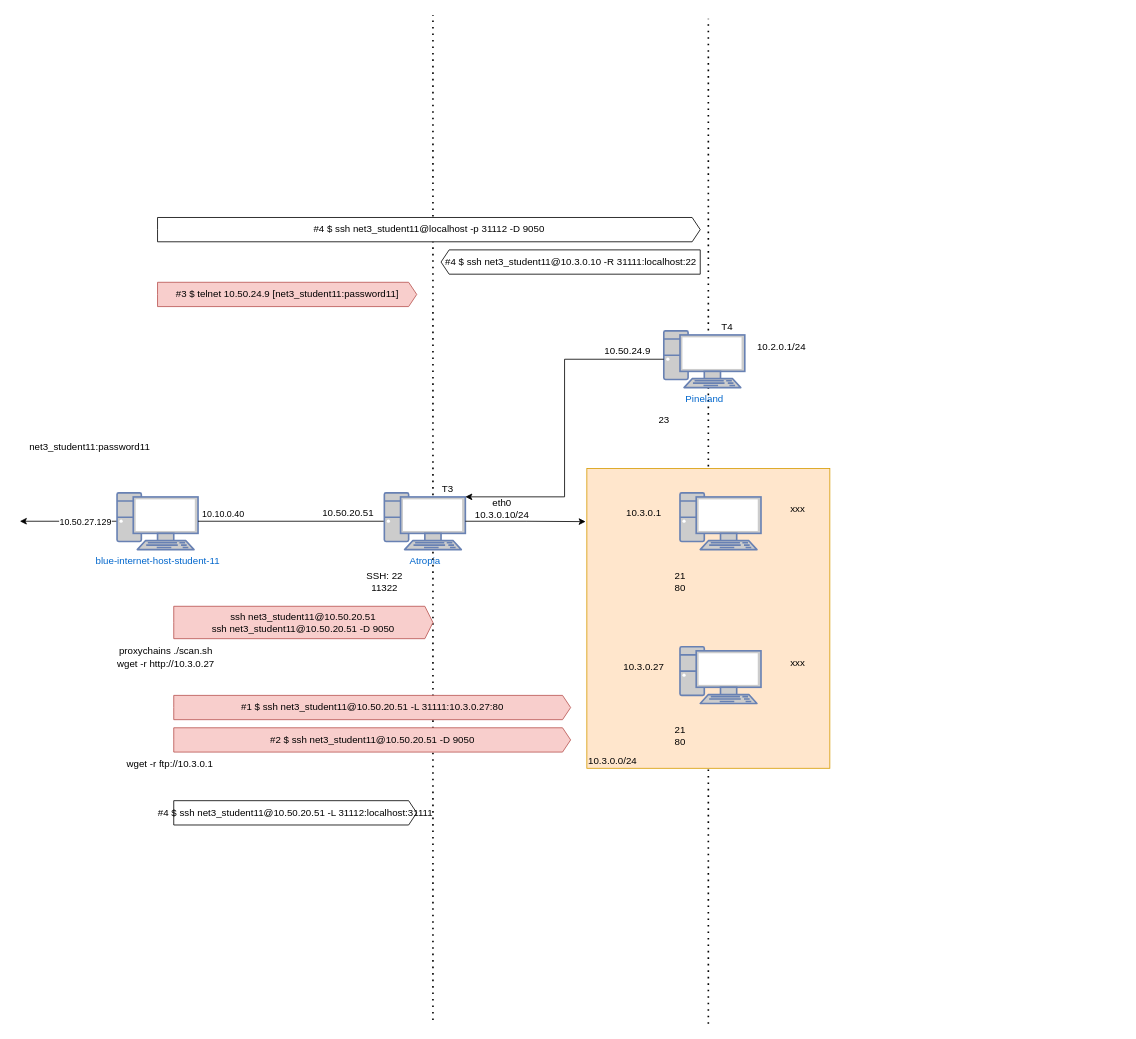
This is CCTC/NET/Tunnels_Training.drawio from wifi96h/new, a draw.io file, before an edit. Source tidied: cells renumbered, new cells numbered last; positions are measured from the earlier drawing's top-left corner, leaving out a move shared by most shapes. Both pictures are drawn from the tidied source at 81%, with x=0, y=0 at pixel (19, 15).
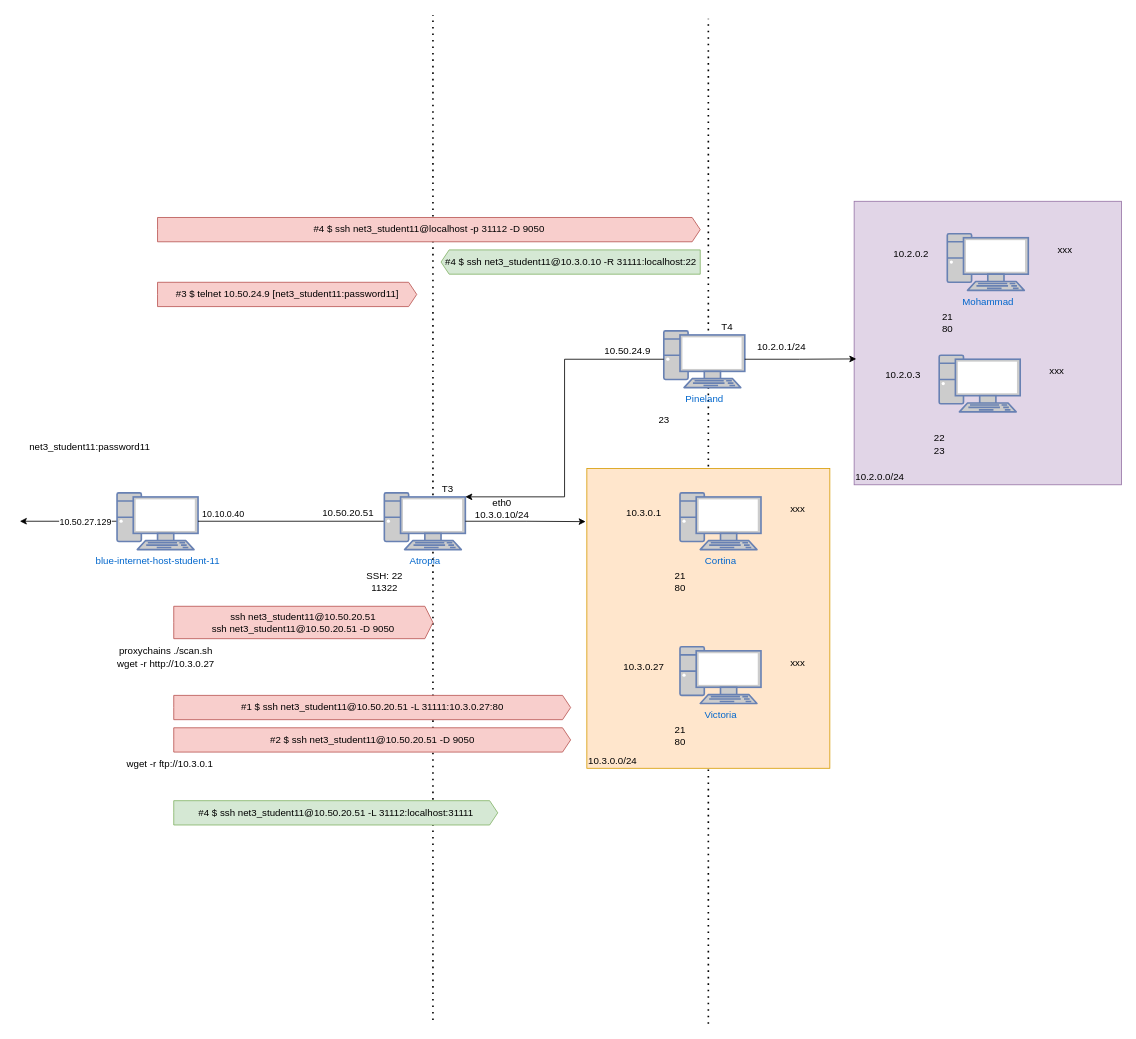
After the change.

The change refers to these unchanged cells:
```xml
<mxCell id="22" value="&lt;div&gt;Pineland&lt;/div&gt;" style="fontColor=#0066CC;verticalAlign=top;verticalLabelPosition=bottom;labelPosition=center;align=center;html=1;outlineConnect=0;fillColor=#CCCCCC;strokeColor=#6881B3;gradientColor=none;gradientDirection=north;strokeWidth=2;shape=mxgraph.networks.pc;" parent="21" vertex="1">
  <mxGeometry x="35" width="100" height="70" as="geometry" />
</mxCell>
<mxCell id="28" style="group;" parent="27" vertex="1">
  <mxGeometry y="20" width="225" height="130" as="geometry" />
</mxCell>
<mxCell id="34" style="group;" parent="33" vertex="1">
  <mxGeometry y="20" width="225" height="130" as="geometry" />
</mxCell>
```

Diff of the diagram source:
```diff
@@
+    <mxCell id="48" value="10.2.0.0/24" style="rounded=0;whiteSpace=wrap;html=1;fillColor=#e1d5e7;strokeColor=#9673a6;verticalAlign=bottom;align=left;" parent="1" vertex="1">
+      <mxGeometry x="1030" y="230" width="330" height="350" as="geometry" />
+    </mxCell>
@@
-    <mxCell id="29" style="fontColor=#0066CC;verticalAlign=top;verticalLabelPosition=bottom;labelPosition=center;align=center;html=1;fillColor=#CCCCCC;strokeColor=#6881B3;gradientColor=none;gradientDirection=north;strokeWidth=2;shape=mxgraph.networks.pc;" parent="28" vertex="1">
+    <mxCell id="29" value="Cortina" style="fontColor=#0066CC;verticalAlign=top;verticalLabelPosition=bottom;labelPosition=center;align=center;html=1;fillColor=#CCCCCC;strokeColor=#6881B3;gradientColor=none;gradientDirection=north;strokeWidth=2;shape=mxgraph.networks.pc;" parent="28" vertex="1">
       <mxGeometry x="35" width="100" height="70" as="geometry" />
     </mxCell>
@@
-    <mxCell id="35" style="fontColor=#0066CC;verticalAlign=top;verticalLabelPosition=bottom;labelPosition=center;align=center;html=1;fillColor=#CCCCCC;strokeColor=#6881B3;gradientColor=none;gradientDirection=north;strokeWidth=2;shape=mxgraph.networks.pc;" parent="34" vertex="1">
+    <mxCell id="35" value="Victoria" style="fontColor=#0066CC;verticalAlign=top;verticalLabelPosition=bottom;labelPosition=center;align=center;html=1;fillColor=#CCCCCC;strokeColor=#6881B3;gradientColor=none;gradientDirection=north;strokeWidth=2;shape=mxgraph.networks.pc;" parent="34" vertex="1">
       <mxGeometry x="35" width="100" height="70" as="geometry" />
     </mxCell>
@@
-    <mxCell id="45" value="#4 $ ssh net3_student11@10.3.0.10 -R 31111:localhost:22" style="html=1;shadow=0;dashed=0;align=center;verticalAlign=middle;shape=mxgraph.arrows2.arrow;dy=0;dx=10;notch=0;flipH=1;" parent="1" vertex="1">
+    <mxCell id="45" value="#4 $ ssh net3_student11@10.3.0.10 -R 31111:localhost:22" style="html=1;shadow=0;dashed=0;align=center;verticalAlign=middle;shape=mxgraph.arrows2.arrow;dy=0;dx=10;notch=0;flipH=1;fillColor=#d5e8d4;strokeColor=#82b366;" parent="1" vertex="1">
       <mxGeometry x="520" y="290" width="320" height="30" as="geometry" />
     </mxCell>
-    <mxCell id="46" value="#4 $ ssh net3_student11@10.50.20.51 -L 31112:localhost:31111" style="html=1;shadow=0;dashed=0;align=center;verticalAlign=middle;shape=mxgraph.arrows2.arrow;dy=0;dx=10;notch=0;" parent="1" vertex="1">
-      <mxGeometry x="190" y="970" width="300" height="30" as="geometry" />
+    <mxCell id="46" value="#4 $ ssh net3_student11@10.50.20.51 -L 31112:localhost:31111" style="html=1;shadow=0;dashed=0;align=center;verticalAlign=middle;shape=mxgraph.arrows2.arrow;dy=0;dx=10;notch=0;fillColor=#d5e8d4;strokeColor=#82b366;" parent="1" vertex="1">
+      <mxGeometry x="190" y="970" width="400" height="30" as="geometry" />
     </mxCell>
-    <mxCell id="47" value="#4 $ ssh net3_student11@localhost -p 31112 -D 9050" style="html=1;shadow=0;dashed=0;align=center;verticalAlign=middle;shape=mxgraph.arrows2.arrow;dy=0;dx=10;notch=0;" parent="1" vertex="1">
+    <mxCell id="47" value="#4 $ ssh net3_student11@localhost -p 31112 -D 9050" style="html=1;shadow=0;dashed=0;align=center;verticalAlign=middle;shape=mxgraph.arrows2.arrow;dy=0;dx=10;notch=0;fillColor=#f8cecc;strokeColor=#b85450;" parent="1" vertex="1">
       <mxGeometry x="170" y="250" width="670" height="30" as="geometry" />
     </mxCell>
+    <mxCell id="49" style="group;" parent="1" vertex="1">
+      <mxGeometry x="1110" y="250" width="225" height="150" as="geometry" />
+    </mxCell>
+    <mxCell id="50" style="group;" parent="49" vertex="1">
+      <mxGeometry y="20" width="225" height="130" as="geometry" />
+    </mxCell>
+    <mxCell id="51" value="Mohammad" style="fontColor=#0066CC;verticalAlign=top;verticalLabelPosition=bottom;labelPosition=center;align=center;html=1;fillColor=#CCCCCC;strokeColor=#6881B3;gradientColor=none;gradientDirection=north;strokeWidth=2;shape=mxgraph.networks.pc;" parent="50" vertex="1">
+      <mxGeometry x="35" width="100" height="70" as="geometry" />
+    </mxCell>
+    <mxCell id="52" value="21&lt;div&gt;80&lt;/div&gt;" style="text;html=1;align=center;verticalAlign=middle;strokeColor=none;fillColor=none;" parent="50" vertex="1">
+      <mxGeometry x="15" y="90" width="40" height="40" as="geometry" />
+    </mxCell>
+    <mxCell id="53" value="xxx" style="text;html=1;align=center;verticalAlign=middle;strokeColor=none;fillColor=none;" parent="50" vertex="1">
+      <mxGeometry x="160" y="5" width="40" height="30" as="geometry" />
+    </mxCell>
+    <mxCell id="54" value="10.2.0.2" style="text;html=1;align=center;verticalAlign=middle;strokeColor=none;fillColor=none;" parent="50" vertex="1">
+      <mxGeometry x="-45" y="10" width="70" height="30" as="geometry" />
+    </mxCell>
+    <mxCell id="55" style="group;" parent="1" vertex="1">
+      <mxGeometry x="1100" y="400" width="225" height="150" as="geometry" />
+    </mxCell>
+    <mxCell id="56" style="group;" parent="55" vertex="1">
+      <mxGeometry y="20" width="225" height="130" as="geometry" />
+    </mxCell>
+    <mxCell id="57" style="fontColor=#0066CC;verticalAlign=top;verticalLabelPosition=bottom;labelPosition=center;align=center;html=1;fillColor=#CCCCCC;strokeColor=#6881B3;gradientColor=none;gradientDirection=north;strokeWidth=2;shape=mxgraph.networks.pc;" parent="56" vertex="1">
+      <mxGeometry x="35" width="100" height="70" as="geometry" />
+    </mxCell>
+    <mxCell id="58" value="22&lt;div&gt;23&lt;/div&gt;" style="text;html=1;align=center;verticalAlign=middle;strokeColor=none;fillColor=none;" parent="56" vertex="1">
+      <mxGeometry x="15" y="90" width="40" height="40" as="geometry" />
+    </mxCell>
+    <mxCell id="59" value="xxx" style="text;html=1;align=center;verticalAlign=middle;strokeColor=none;fillColor=none;" parent="56" vertex="1">
+      <mxGeometry x="160" y="5" width="40" height="30" as="geometry" />
+    </mxCell>
+    <mxCell id="60" value="10.2.0.3" style="text;html=1;align=center;verticalAlign=middle;strokeColor=none;fillColor=none;" parent="56" vertex="1">
+      <mxGeometry x="-45" y="10" width="70" height="30" as="geometry" />
+    </mxCell>
+    <mxCell id="61" style="edgeStyle=orthogonalEdgeStyle;rounded=0;jettySize=auto;html=1;exitX=1;exitY=0.5;exitDx=0;exitDy=0;exitPerimeter=0;entryX=0.008;entryY=0.556;entryDx=0;entryDy=0;entryPerimeter=0;" parent="1" edge="1" source="22" target="48">
+      <mxGeometry relative="1" as="geometry" />
+    </mxCell>
```
